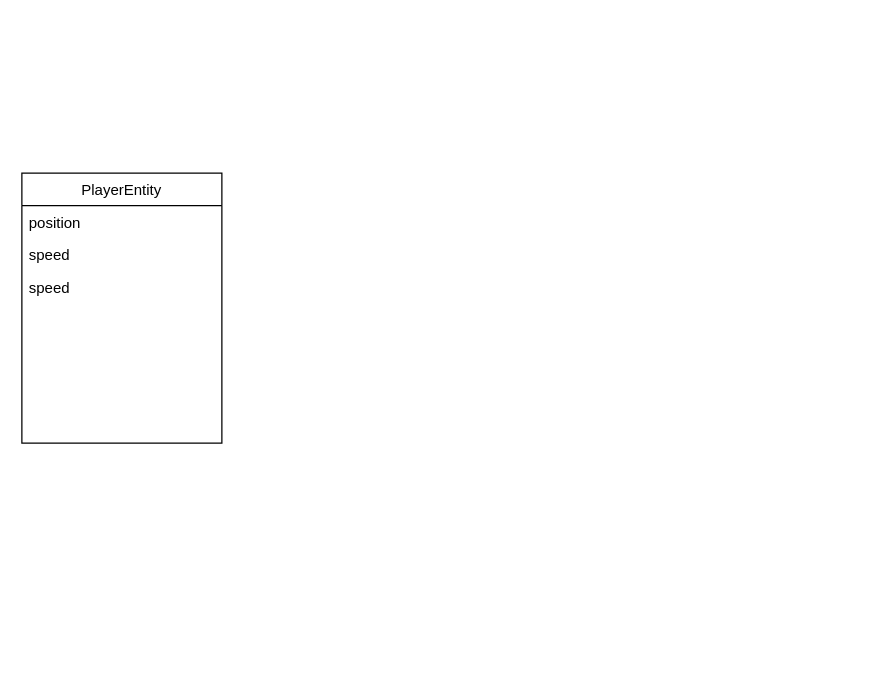
Above: Game.drawio in kevinturpin97/urbanrunner (draw.io), before the change. Source tidied: cells renumbered, new cells numbered last; positions are measured from the earlier drawing's top-left corner, leaving out a move shared by most shapes. Both pictures are drawn from the tidied source at 125%, with x=0, y=0 at pixel (21, 172).
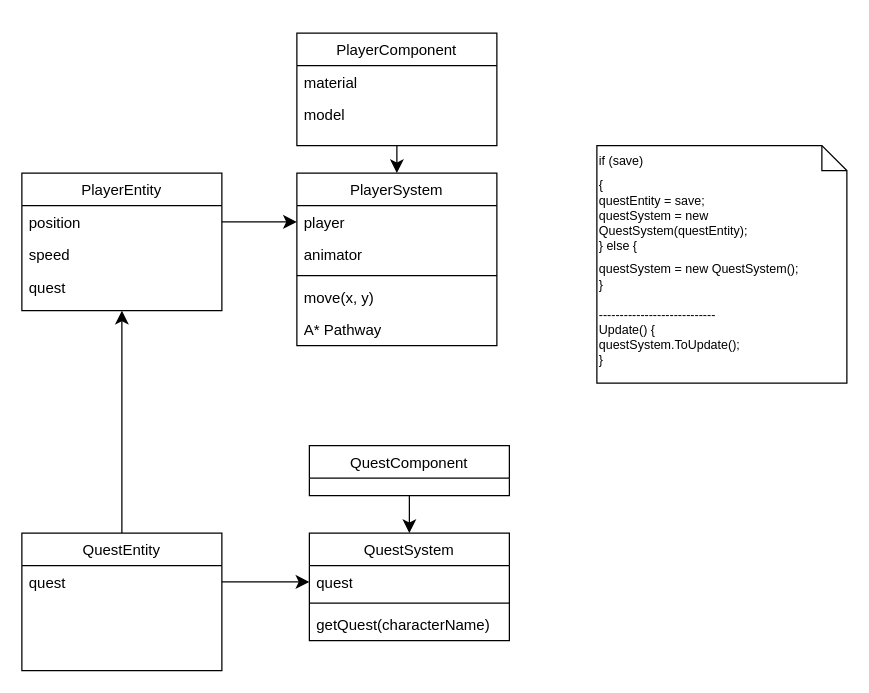
The same diagram, later.

Commit message:
Mettre à jour Game.drawio

The change refers to these unchanged cells:
```xml
<mxCell id="3" value="position" style="text;align=left;verticalAlign=top;spacingLeft=4;spacingRight=4;overflow=hidden;points=[[0,0.5],[1,0.5]];portConstraint=eastwest;" parent="2" vertex="1">
  <mxGeometry y="26" width="160" height="26" as="geometry" />
</mxCell>
```

The edit, as a diff of the source:
```diff
@@
     <mxCell id="2" value="PlayerEntity" style="swimlane;fontStyle=0;align=center;verticalAlign=top;horizontal=1;startSize=26;rounded=0;shadow=0;strokeWidth=1;" parent="1" vertex="1">
-      <mxGeometry width="160" height="216" as="geometry" />
+      <mxGeometry width="160" height="110" as="geometry" />
     </mxCell>
@@
-    <mxCell id="5" value="speed" style="text;align=left;verticalAlign=top;spacingLeft=4;spacingRight=4;overflow=hidden;" parent="2" vertex="1">
-      <mxGeometry y="78" width="160" height="26" as="geometry" />
-    </mxCell>
+    <mxCell id="6" value="quest" style="text;align=left;verticalAlign=top;spacingLeft=4;spacingRight=4;overflow=hidden;" parent="2" vertex="1">
+      <mxGeometry y="78" width="160" height="26" as="geometry" />
+    </mxCell>
+    <mxCell id="7" style="edgeStyle=none;curved=1;rounded=0;jettySize=auto;html=1;exitX=0.5;exitY=1;exitDx=0;exitDy=0;entryX=0.5;entryY=0;entryDx=0;entryDy=0;fontSize=12;startSize=8;endSize=8;" parent="1" edge="1" source="8" target="12">
+      <mxGeometry relative="1" as="geometry" />
+    </mxCell>
+    <mxCell id="8" value="PlayerComponent" style="swimlane;fontStyle=0;align=center;verticalAlign=top;horizontal=1;startSize=26;rounded=0;shadow=0;strokeWidth=1;" parent="1" vertex="1">
+      <mxGeometry x="220" y="-112" width="160" height="90" as="geometry" />
+    </mxCell>
+    <mxCell id="9" value="material" style="text;strokeColor=none;fillColor=none;align=left;verticalAlign=top;spacingLeft=4;spacingRight=4;overflow=hidden;whiteSpace=wrap;html=1;fontSize=12;" parent="8" vertex="1">
+      <mxGeometry y="26" width="160" height="26" as="geometry" />
+    </mxCell>
+    <mxCell id="10" value="model" style="text;strokeColor=none;fillColor=none;align=left;verticalAlign=top;spacingLeft=4;spacingRight=4;overflow=hidden;whiteSpace=wrap;html=1;fontSize=12;" parent="8" vertex="1">
+      <mxGeometry y="52" width="160" height="26" as="geometry" />
+    </mxCell>
+    <mxCell id="11" style="edgeStyle=none;curved=1;rounded=0;orthogonalLoop=1;jettySize=auto;html=1;exitX=0.5;exitY=0;exitDx=0;exitDy=0;fontSize=12;startSize=8;endSize=8;" parent="1" edge="1" source="8" target="8">
+      <mxGeometry relative="1" as="geometry" />
+    </mxCell>
+    <mxCell id="12" value="PlayerSystem" style="swimlane;fontStyle=0;align=center;verticalAlign=top;horizontal=1;startSize=26;whiteSpace=wrap;html=1;fontSize=12;" parent="1" vertex="1">
+      <mxGeometry x="220" width="160" height="138" as="geometry" />
+    </mxCell>
+    <mxCell id="13" value="player" style="text;strokeColor=none;fillColor=none;align=left;verticalAlign=top;spacingLeft=4;spacingRight=4;overflow=hidden;points=[[0,0.5],[1,0.5]];portConstraint=eastwest;whiteSpace=wrap;html=1;fontSize=12;" parent="12" vertex="1">
+      <mxGeometry y="26" width="160" height="26" as="geometry" />
+    </mxCell>
+    <mxCell id="14" value="animator" style="text;strokeColor=none;fillColor=none;align=left;verticalAlign=top;spacingLeft=4;spacingRight=4;overflow=hidden;whiteSpace=wrap;html=1;fontSize=12;" parent="12" vertex="1">
+      <mxGeometry y="52" width="160" height="26" as="geometry" />
+    </mxCell>
+    <mxCell id="15" style="line;strokeWidth=1;fillColor=none;align=left;verticalAlign=middle;spacingTop=-1;spacingLeft=3;spacingRight=3;labelPosition=right;strokeColor=inherit;fontSize=16;" parent="12" vertex="1">
+      <mxGeometry y="78" width="160" height="8" as="geometry" />
+    </mxCell>
+    <mxCell id="16" value="move(x, y)" style="text;strokeColor=none;fillColor=none;align=left;verticalAlign=top;spacingLeft=4;spacingRight=4;overflow=hidden;whiteSpace=wrap;html=1;fontSize=12;" parent="12" vertex="1">
+      <mxGeometry y="86" width="160" height="26" as="geometry" />
+    </mxCell>
+    <mxCell id="17" value="A* Pathway" style="text;strokeColor=none;fillColor=none;align=left;verticalAlign=top;spacingLeft=4;spacingRight=4;overflow=hidden;whiteSpace=wrap;html=1;fontSize=12;" parent="12" vertex="1">
+      <mxGeometry y="112" width="160" height="26" as="geometry" />
+    </mxCell>
+    <mxCell id="18" style="edgeStyle=none;curved=1;rounded=0;jettySize=auto;html=1;exitX=0.5;exitY=0;exitDx=0;exitDy=0;entryX=0.5;entryY=1;entryDx=0;entryDy=0;fontSize=12;startSize=8;endSize=8;" parent="1" edge="1" source="19" target="2">
+      <mxGeometry relative="1" as="geometry" />
+    </mxCell>
+    <mxCell id="19" value="QuestEntity" style="swimlane;fontStyle=0;align=center;verticalAlign=top;horizontal=1;startSize=26;rounded=0;shadow=0;strokeWidth=1;" parent="1" vertex="1">
+      <mxGeometry y="288" width="160" height="110" as="geometry" />
+    </mxCell>
+    <mxCell id="20" value="quest" style="text;align=left;verticalAlign=top;spacingLeft=4;spacingRight=4;overflow=hidden;points=[[0,0.5],[1,0.5]];portConstraint=eastwest;" parent="19" vertex="1">
+      <mxGeometry y="26" width="160" height="26" as="geometry" />
+    </mxCell>
+    <mxCell id="21" style="edgeStyle=none;curved=1;rounded=0;jettySize=auto;html=1;exitX=0.5;exitY=1;exitDx=0;exitDy=0;entryX=0.5;entryY=0;entryDx=0;entryDy=0;fontSize=12;startSize=8;endSize=8;" parent="1" edge="1" source="22" target="24">
+      <mxGeometry relative="1" as="geometry" />
+    </mxCell>
+    <mxCell id="22" value="QuestComponent" style="swimlane;fontStyle=0;align=center;verticalAlign=top;horizontal=1;startSize=26;rounded=0;shadow=0;strokeWidth=1;" parent="1" vertex="1">
+      <mxGeometry x="230" y="218" width="160" height="40" as="geometry" />
+    </mxCell>
+    <mxCell id="23" style="edgeStyle=none;curved=1;rounded=0;orthogonalLoop=1;jettySize=auto;html=1;exitX=0.5;exitY=0;exitDx=0;exitDy=0;fontSize=12;startSize=8;endSize=8;" parent="1" edge="1" source="22" target="22">
+      <mxGeometry relative="1" as="geometry" />
+    </mxCell>
+    <mxCell id="24" value="QuestSystem" style="swimlane;fontStyle=0;align=center;verticalAlign=top;horizontal=1;startSize=26;whiteSpace=wrap;html=1;fontSize=12;" parent="1" vertex="1">
+      <mxGeometry x="230" y="288" width="160" height="86" as="geometry" />
+    </mxCell>
+    <mxCell id="25" value="quest" style="text;strokeColor=none;fillColor=none;align=left;verticalAlign=top;spacingLeft=4;spacingRight=4;overflow=hidden;points=[[0,0.5],[1,0.5]];portConstraint=eastwest;whiteSpace=wrap;html=1;fontSize=12;" parent="24" vertex="1">
+      <mxGeometry y="26" width="160" height="26" as="geometry" />
+    </mxCell>
+    <mxCell id="26" style="line;strokeWidth=1;fillColor=none;align=left;verticalAlign=middle;spacingTop=-1;spacingLeft=3;spacingRight=3;labelPosition=right;strokeColor=inherit;fontSize=16;" parent="24" vertex="1">
+      <mxGeometry y="52" width="160" height="8" as="geometry" />
+    </mxCell>
+    <mxCell id="27" value="getQuest(characterName)" style="text;strokeColor=none;fillColor=none;align=left;verticalAlign=top;spacingLeft=4;spacingRight=4;overflow=hidden;whiteSpace=wrap;html=1;fontSize=12;" parent="24" vertex="1">
+      <mxGeometry y="60" width="160" height="26" as="geometry" />
+    </mxCell>
+    <mxCell id="28" value="&lt;div style=&quot;&quot;&gt;&lt;span style=&quot;font-size: 10px; background-color: initial;&quot;&gt;if (save)&lt;br&gt;&lt;/span&gt;&lt;span style=&quot;background-color: initial; font-size: 10px;&quot;&gt;{&lt;/span&gt;&lt;/div&gt;&lt;font style=&quot;font-size: 10px;&quot;&gt;&lt;div style=&quot;&quot;&gt;&lt;span style=&quot;background-color: initial;&quot;&gt;questEntity = save;&lt;/span&gt;&lt;/div&gt;&lt;div style=&quot;&quot;&gt;&lt;span style=&quot;background-color: initial;&quot;&gt;questSystem = n&lt;/span&gt;&lt;span style=&quot;background-color: initial;&quot;&gt;ew&lt;span style=&quot;&quot;&gt; &lt;/span&gt;QuestSystem(questEntity);&lt;/span&gt;&lt;/div&gt;&lt;div style=&quot;&quot;&gt;&lt;span style=&quot;background-color: initial;&quot;&gt;} else {&lt;/span&gt;&lt;/div&gt;questSystem =&amp;nbsp;&lt;span style=&quot;background-color: initial;&quot;&gt;new QuestSystem();&lt;/span&gt;&lt;br&gt;&lt;div style=&quot;&quot;&gt;&lt;span style=&quot;background-color: initial;&quot;&gt;}&lt;/span&gt;&lt;/div&gt;&lt;div style=&quot;&quot;&gt;&lt;span style=&quot;background-color: initial;&quot;&gt;&lt;br&gt;&lt;/span&gt;&lt;/div&gt;&lt;div style=&quot;&quot;&gt;&lt;span style=&quot;background-color: initial;&quot;&gt;----------------------------&lt;/span&gt;&lt;/div&gt;&lt;div style=&quot;&quot;&gt;Update() {&lt;/div&gt;&lt;div style=&quot;&quot;&gt;questSystem.ToUpdate();&lt;br&gt;&lt;/div&gt;&lt;div style=&quot;&quot;&gt;}&lt;/div&gt;&lt;div style=&quot;&quot;&gt;&lt;span style=&quot;background-color: initial;&quot;&gt;&lt;br&gt;&lt;/span&gt;&lt;/div&gt;&lt;/font&gt;" style="shape=note;size=20;whiteSpace=wrap;html=1;fontSize=16;align=left;" parent="1" vertex="1">
+      <mxGeometry x="460" y="-22" width="200" height="190" as="geometry" />
+    </mxCell>
+    <mxCell id="29" style="edgeStyle=none;curved=1;rounded=0;jettySize=auto;html=1;exitX=1;exitY=0.5;exitDx=0;exitDy=0;entryX=0;entryY=0.5;entryDx=0;entryDy=0;fontSize=12;startSize=8;endSize=8;" parent="1" edge="1" source="20" target="25">
+      <mxGeometry relative="1" as="geometry" />
+    </mxCell>
+    <mxCell id="30" style="edgeStyle=none;curved=1;rounded=0;jettySize=auto;html=1;exitX=1;exitY=0.5;exitDx=0;exitDy=0;entryX=0;entryY=0.5;entryDx=0;entryDy=0;fontSize=12;startSize=8;endSize=8;" parent="1" edge="1" source="3" target="13">
+      <mxGeometry relative="1" as="geometry" />
+    </mxCell>
```
